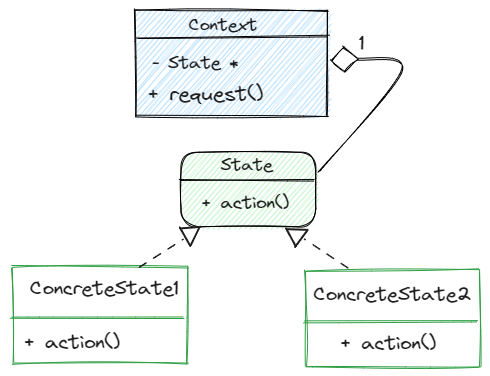
This is State/test.excalidraw.png from Ivanbeethoven/DesignPattern, a Excalidraw export, as it was before one commit. Source tidied: one line per element, renumbered; positions are measured from the earlier drawing's top-left corner, leaving out a move shared by most shapes.
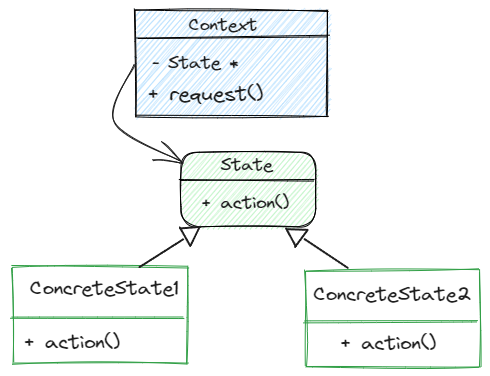
Later version of the same file.

The edit, as a diff of the source:
```diff
@@ -6,10 +6,7 @@
 {"id": 5, "type": "text", "text": "+ action()\n", "strokeColor": "#1e1e1e", "backgroundColor": "#b2f2bb", "fillStyle": "hachure", "strokeWidth": 1, "roughness": 1, "fontSize": 18.26, "fontFamily": 1, "x": 189, "y": 182, "width": 89, "height": 46}
 {"id": 6, "type": "rectangle", "strokeColor": "#2f9e44", "strokeWidth": 1, "roughness": 1, "x": 2, "y": 257, "width": 174, "height": 96}
 {"id": 7, "type": "line", "strokeColor": "#2f9e44", "strokeWidth": 1, "roughness": 1, "round": true, "x": 0, "y": 309, "width": 174, "height": 1, "points": [[0, 0], [174, -1]]}
-{"id": 8, "type": "arrow", "strokeColor": "#000000", "angle": 3.12, "strokeWidth": 1, "roughness": 1, "round": true, "from": 2, "to": 11, "x": 391, "y": 49, "width": 85, "height": 112, "points": [[0, 0], [-85, 99], [-41, 112]]}
-{"id": 9, "type": "diamond", "strokeColor": "#000000", "angle": 3.12, "strokeWidth": 1, "roughness": 1, "x": 320, "y": 37, "width": 26, "height": 25}
 {"id": 10, "type": "text", "text": "Context", "strokeColor": "#1e1e1e", "backgroundColor": "#a5d8ff", "fillStyle": "hachure", "strokeWidth": 1, "strokeStyle": "dashed", "roughness": 0, "fontSize": 17.67, "fontFamily": 1, "x": 178, "y": 5, "width": 69, "height": 22}
-{"id": 11, "type": "text", "text": "1", "strokeColor": "#1e1e1e", "strokeWidth": 1, "strokeStyle": "dashed", "roughness": 0, "fontSize": 20, "fontFamily": 1, "x": 348, "y": 22, "width": 5, "height": 25}
 {"id": 12, "type": "text", "text": "- State *", "strokeColor": "#1e1e1e", "backgroundColor": "#a5d8ff", "fillStyle": "hachure", "strokeWidth": 1, "strokeStyle": "dashed", "roughness": 0, "fontSize": 17.78, "fontFamily": 1, "x": 141, "y": 43, "width": 87, "height": 22}
 {"id": 13, "type": "text", "text": "+ request()", "strokeColor": "#1e1e1e", "backgroundColor": "#a5d8ff", "fillStyle": "hachure", "strokeWidth": 1, "strokeStyle": "dashed", "roughness": 0, "fontSize": 20.75, "fontFamily": 1, "x": 135, "y": 72, "width": 117, "height": 26}
 {"id": 14, "type": "text", "text": "ConcreteState1", "strokeColor": "#1e1e1e", "strokeWidth": 1, "strokeStyle": "dashed", "roughness": 0, "fontSize": 19.9, "fontFamily": 1, "x": 19, "y": 267, "width": 149, "height": 25}
@@ -18,11 +15,12 @@
 {"id": 17, "type": "line", "strokeColor": "#2f9e44", "strokeWidth": 1, "roughness": 1, "round": true, "x": 293, "y": 312, "width": 174, "height": 1, "points": [[0, 0], [174, -1]]}
 {"id": 18, "type": "text", "text": "ConcreteState2", "strokeColor": "#1e1e1e", "strokeWidth": 1, "strokeStyle": "dashed", "roughness": 0, "fontSize": 19.9, "fontFamily": 1, "x": 302, "y": 273, "width": 158, "height": 25}
 {"id": 19, "type": "text", "text": "+ action()", "strokeColor": "#1e1e1e", "strokeWidth": 1, "strokeStyle": "dashed", "roughness": 0, "fontSize": 20, "fontFamily": 1, "x": 328, "y": 322, "width": 97, "height": 25}
-{"id": 20, "type": "line", "strokeColor": "#1e1e1e", "strokeWidth": 1, "strokeStyle": "dashed", "roughness": 0, "x": 129, "y": 257, "width": 44, "height": 28, "points": [[0, 0], [44, -28]]}
+{"id": 20, "type": "line", "strokeColor": "#1e1e1e", "strokeWidth": 2, "roughness": 0, "x": 129, "y": 257, "width": 44, "height": 28, "points": [[0, 0], [44, -28]]}
 {"id": 21, "type": "line", "strokeColor": "#1e1e1e", "angle": 0.96, "strokeWidth": 2, "roughness": 0, "x": 179, "y": 217, "width": 10, "height": 17, "points": [[0, 0], [10, 17]]}
 {"id": 22, "type": "line", "strokeColor": "#1e1e1e", "angle": 0.96, "strokeWidth": 2, "roughness": 0, "x": 164, "y": 226, "width": 21, "height": 2, "points": [[0, 0], [21, 2]]}
 {"id": 23, "type": "line", "strokeColor": "#1e1e1e", "angle": 0.96, "strokeWidth": 2, "roughness": 0, "x": 185, "y": 209, "width": 10, "height": 17, "points": [[0, 0], [-10, 17]]}
-{"id": 24, "type": "line", "strokeColor": "#1e1e1e", "angle": 4.29, "strokeWidth": 1, "strokeStyle": "dashed", "roughness": 0, "x": 293, "y": 257, "width": 44, "height": 28, "points": [[0, 0], [44, -28]]}
+{"id": 24, "type": "line", "strokeColor": "#1e1e1e", "angle": 4.29, "strokeWidth": 2, "roughness": 0, "x": 293, "y": 257, "width": 44, "height": 28, "points": [[0, 0], [44, -28]]}
 {"id": 25, "type": "line", "strokeColor": "#1e1e1e", "angle": 5.25, "strokeWidth": 2, "roughness": 0, "x": 281, "y": 211, "width": 10, "height": 17, "points": [[0, 0], [10, 17]]}
 {"id": 26, "type": "line", "strokeColor": "#1e1e1e", "angle": 5.25, "strokeWidth": 2, "roughness": 0, "x": 280, "y": 227, "width": 21, "height": 2, "points": [[0, 0], [21, 2]]}
 {"id": 27, "type": "line", "strokeColor": "#1e1e1e", "angle": 5.25, "strokeWidth": 2, "roughness": 0, "x": 285, "y": 219, "width": 10, "height": 17, "points": [[0, 0], [-10, 17]]}
+{"id": 28, "type": "arrow", "strokeColor": "#1e1e1e", "strokeWidth": 1, "roughness": 1, "endArrowhead": "arrow", "round": true, "from": 0, "x": 124, "y": 53, "width": 68, "height": 98, "points": [[0, 0], [-21, 59], [47, 98]]}
```
